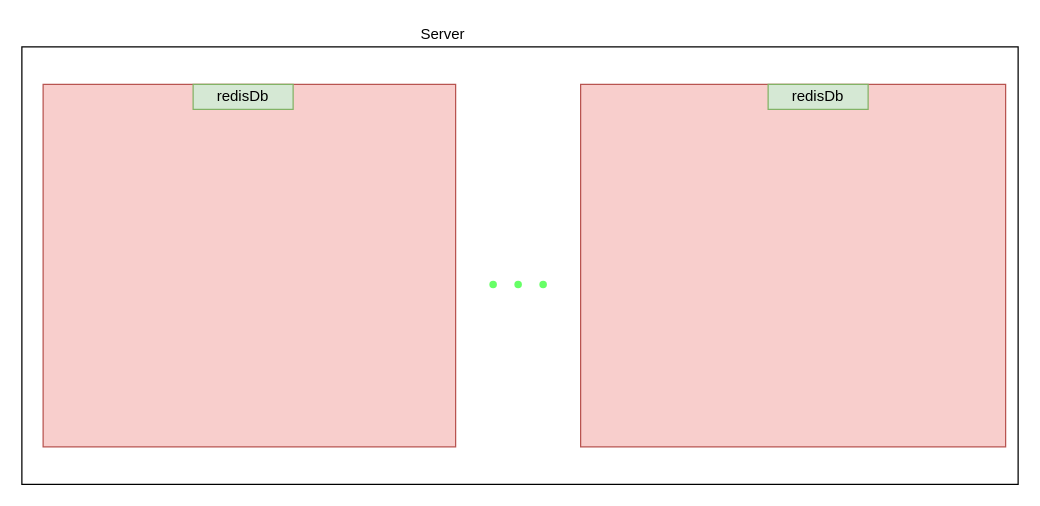
This is 未命名绘图.drawio from seuzxc/drawio-desktop, a draw.io file, before an edit. Source tidied: cells renumbered, new cells numbered last; positions are measured from the earlier drawing's top-left corner, leaving out a move shared by most shapes. Both pictures are drawn from the tidied source at 125%, with x=0, y=0 at pixel (21, 21).
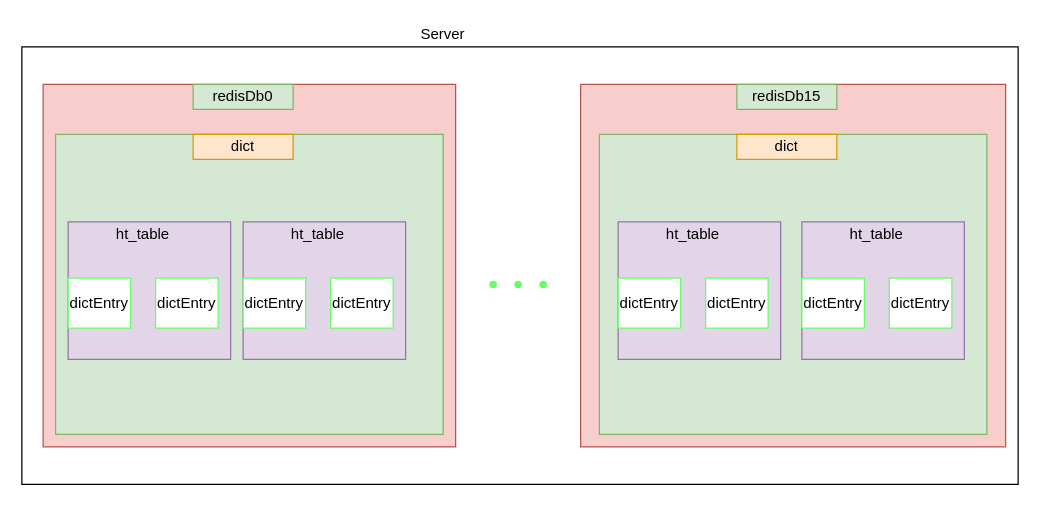
The same page after the edit.

Commit message (it also covers changes not shown here):
更新未命名绘图.drawio

Diff of the diagram source:
```diff
@@
-    <mxCell id="9" value="redisDb" style="text;html=1;strokeColor=#82b366;fillColor=#d5e8d4;align=center;verticalAlign=middle;whiteSpace=wrap;overflow=hidden;" parent="1" vertex="1">
+    <mxCell id="9" value="redisDb0" style="text;html=1;strokeColor=#82b366;fillColor=#d5e8d4;align=center;verticalAlign=middle;whiteSpace=wrap;overflow=hidden;" parent="1" vertex="1">
       <mxGeometry x="137" y="50" width="80" height="20" as="geometry" />
     </mxCell>
-    <mxCell id="10" value="redisDb" style="text;html=1;strokeColor=#82b366;fillColor=#d5e8d4;align=center;verticalAlign=middle;whiteSpace=wrap;overflow=hidden;" parent="1" vertex="1">
-      <mxGeometry x="597" y="50" width="80" height="20" as="geometry" />
+    <mxCell id="10" value="redisDb15" style="text;html=1;strokeColor=#82b366;fillColor=#d5e8d4;align=center;verticalAlign=middle;whiteSpace=wrap;overflow=hidden;" parent="1" vertex="1">
+      <mxGeometry x="572" y="50" width="80" height="20" as="geometry" />
     </mxCell>
+    <mxCell id="11" style="rounded=0;whiteSpace=wrap;html=1;strokeColor=#82b366;fillColor=#d5e8d4;" parent="1" vertex="1">
+      <mxGeometry x="27" y="90" width="310" height="240" as="geometry" />
+    </mxCell>
+    <mxCell id="12" value="dict" style="text;html=1;strokeColor=#d79b00;fillColor=#ffe6cc;align=center;verticalAlign=middle;whiteSpace=wrap;overflow=hidden;" parent="1" vertex="1">
+      <mxGeometry x="137" y="90" width="80" height="20" as="geometry" />
+    </mxCell>
+    <mxCell id="13" style="rounded=0;whiteSpace=wrap;html=1;strokeColor=#82b366;fillColor=#d5e8d4;" parent="1" vertex="1">
+      <mxGeometry x="462" y="90" width="310" height="240" as="geometry" />
+    </mxCell>
+    <mxCell id="14" value="dict" style="text;html=1;strokeColor=#d79b00;fillColor=#ffe6cc;align=center;verticalAlign=middle;whiteSpace=wrap;overflow=hidden;" parent="1" vertex="1">
+      <mxGeometry x="572" y="90" width="80" height="20" as="geometry" />
+    </mxCell>
+    <mxCell id="15" style="rounded=0;whiteSpace=wrap;html=1;strokeColor=#9673a6;fillColor=#e1d5e7;" parent="1" vertex="1">
+      <mxGeometry x="37" y="160" width="130" height="110" as="geometry" />
+    </mxCell>
+    <mxCell id="16" value="ht_table" style="text;html=1;strokeColor=none;fillColor=none;align=center;verticalAlign=middle;whiteSpace=wrap;overflow=hidden;" parent="1" vertex="1">
+      <mxGeometry x="57" y="160" width="80" height="20" as="geometry" />
+    </mxCell>
+    <mxCell id="17" value="dictEntry" style="rounded=0;whiteSpace=wrap;html=1;strokeColor=#66FF66;" parent="1" vertex="1">
+      <mxGeometry x="37" y="205" width="50" height="40" as="geometry" />
+    </mxCell>
+    <mxCell id="18" value="dictEntry" style="rounded=0;whiteSpace=wrap;html=1;strokeColor=#66FF66;" parent="1" vertex="1">
+      <mxGeometry x="107" y="205" width="50" height="40" as="geometry" />
+    </mxCell>
+    <mxCell id="19" style="rounded=0;whiteSpace=wrap;html=1;strokeColor=#9673a6;fillColor=#e1d5e7;" parent="1" vertex="1">
+      <mxGeometry x="177" y="160" width="130" height="110" as="geometry" />
+    </mxCell>
+    <mxCell id="20" value="ht_table" style="text;html=1;strokeColor=none;fillColor=none;align=center;verticalAlign=middle;whiteSpace=wrap;overflow=hidden;" parent="1" vertex="1">
+      <mxGeometry x="197" y="160" width="80" height="20" as="geometry" />
+    </mxCell>
+    <mxCell id="21" value="dictEntry" style="rounded=0;whiteSpace=wrap;html=1;strokeColor=#66FF66;" parent="1" vertex="1">
+      <mxGeometry x="177" y="205" width="50" height="40" as="geometry" />
+    </mxCell>
+    <mxCell id="22" value="dictEntry" style="rounded=0;whiteSpace=wrap;html=1;strokeColor=#66FF66;" parent="1" vertex="1">
+      <mxGeometry x="247" y="205" width="50" height="40" as="geometry" />
+    </mxCell>
+    <mxCell id="23" style="rounded=0;whiteSpace=wrap;html=1;strokeColor=#9673a6;fillColor=#e1d5e7;" parent="1" vertex="1">
+      <mxGeometry x="477" y="160" width="130" height="110" as="geometry" />
+    </mxCell>
+    <mxCell id="24" value="ht_table" style="text;html=1;strokeColor=none;fillColor=none;align=center;verticalAlign=middle;whiteSpace=wrap;overflow=hidden;" parent="1" vertex="1">
+      <mxGeometry x="497" y="160" width="80" height="20" as="geometry" />
+    </mxCell>
+    <mxCell id="25" value="dictEntry" style="rounded=0;whiteSpace=wrap;html=1;strokeColor=#66FF66;" parent="1" vertex="1">
+      <mxGeometry x="477" y="205" width="50" height="40" as="geometry" />
+    </mxCell>
+    <mxCell id="26" value="dictEntry" style="rounded=0;whiteSpace=wrap;html=1;strokeColor=#66FF66;" parent="1" vertex="1">
+      <mxGeometry x="547" y="205" width="50" height="40" as="geometry" />
+    </mxCell>
+    <mxCell id="27" style="rounded=0;whiteSpace=wrap;html=1;strokeColor=#9673a6;fillColor=#e1d5e7;" parent="1" vertex="1">
+      <mxGeometry x="624" y="160" width="130" height="110" as="geometry" />
+    </mxCell>
+    <mxCell id="28" value="ht_table" style="text;html=1;strokeColor=none;fillColor=none;align=center;verticalAlign=middle;whiteSpace=wrap;overflow=hidden;" parent="1" vertex="1">
+      <mxGeometry x="644" y="160" width="80" height="20" as="geometry" />
+    </mxCell>
+    <mxCell id="29" value="dictEntry" style="rounded=0;whiteSpace=wrap;html=1;strokeColor=#66FF66;" parent="1" vertex="1">
+      <mxGeometry x="624" y="205" width="50" height="40" as="geometry" />
+    </mxCell>
+    <mxCell id="30" value="dictEntry" style="rounded=0;whiteSpace=wrap;html=1;strokeColor=#66FF66;" parent="1" vertex="1">
+      <mxGeometry x="694" y="205" width="50" height="40" as="geometry" />
+    </mxCell>
```
